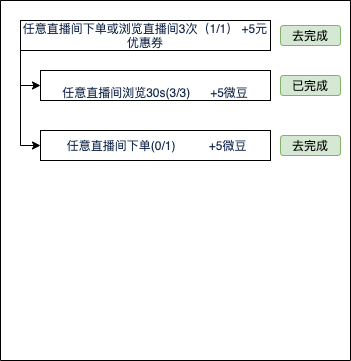
This is task10.png from LuiBu/my-pictures, a draw.io export, as it was before one commit. Source tidied: cells renumbered, new cells last; positions are measured from the earlier drawing's top-left corner, leaving out a move shared by most shapes.
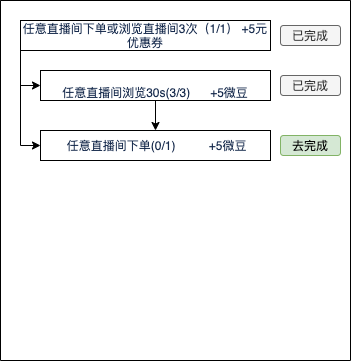
The same diagram one commit later.

Change to the diagram source:
```diff
@@ -14,16 +14,19 @@
     <mxCell id="5" value="&lt;span style=&quot;color: rgb(23 , 43 , 77) ; font-family: , , &amp;#34;segoe ui&amp;#34; , &amp;#34;roboto&amp;#34; , &amp;#34;oxygen&amp;#34; , &amp;#34;ubuntu&amp;#34; , &amp;#34;fira sans&amp;#34; , &amp;#34;droid sans&amp;#34; , &amp;#34;helvetica neue&amp;#34; , sans-serif ; text-align: left ; background-color: rgb(255 , 255 , 255)&quot;&gt;&lt;font style=&quot;font-size: 11px&quot;&gt;任意直播间下单或浏览直播间3次（1/1） +5元优惠券&lt;/font&gt;&lt;/span&gt;" style="rounded=0;whiteSpace=wrap;html=1;" parent="2" vertex="1">
       <mxGeometry x="20" y="20" width="250" height="30" as="geometry" />
     </mxCell>
+    <mxCell id="11" style="edgeStyle=orthogonalEdgeStyle;rounded=0;jettySize=auto;html=1;strokeColor=#000000;" parent="2" edge="1" source="6" target="7">
+      <mxGeometry relative="1" as="geometry" />
+    </mxCell>
     <mxCell id="6" value="&lt;div style=&quot;text-align: left ; font-size: 11px&quot;&gt;&lt;font color=&quot;#172b4d&quot; style=&quot;font-size: 11px&quot;&gt;&lt;span style=&quot;background-color: rgb(255 , 255 , 255) ; font-size: 11px&quot;&gt;&amp;nbsp;&lt;/span&gt;&lt;/font&gt;&lt;/div&gt;&lt;span style=&quot;color: rgb(23 , 43 , 77) ; text-align: left ; background-color: rgb(255 , 255 , 255) ; font-size: 11px&quot;&gt;&lt;font style=&quot;font-size: 11px&quot;&gt;任意直播间浏览30s&lt;/font&gt;&lt;/span&gt;&lt;span style=&quot;background-color: rgb(255 , 255 , 255) ; font-size: 11px ; color: rgb(23 , 43 , 77) ; text-align: left&quot;&gt;(3/3)&amp;nbsp; &amp;nbsp; &amp;nbsp; +5微豆&lt;/span&gt;&lt;span style=&quot;color: rgb(23 , 43 , 77) ; text-align: left ; background-color: rgb(255 , 255 , 255) ; font-size: 11px&quot;&gt;&lt;font style=&quot;font-size: 11px&quot;&gt;&lt;br&gt;&lt;/font&gt;&lt;/span&gt;" style="rounded=0;whiteSpace=wrap;html=1;" parent="2" vertex="1">
       <mxGeometry x="40" y="70" width="230" height="30" as="geometry" />
     </mxCell>
     <mxCell id="7" value="&lt;div style=&quot;text-align: left&quot;&gt;&lt;font color=&quot;#172b4d&quot; size=&quot;1&quot;&gt;&lt;span style=&quot;background-color: rgb(255 , 255 , 255)&quot;&gt;&amp;nbsp;任意直播间下单(0/1)&amp;nbsp; &amp;nbsp; &amp;nbsp; &amp;nbsp; &amp;nbsp; +5微豆&lt;/span&gt;&lt;/font&gt;&lt;/div&gt;" style="rounded=0;whiteSpace=wrap;html=1;" parent="2" vertex="1">
       <mxGeometry x="40" y="130" width="230" height="30" as="geometry" />
     </mxCell>
-    <mxCell id="8" value="去完成" style="rounded=1;whiteSpace=wrap;html=1;fillColor=#d5e8d4;strokeColor=#82b366;" parent="2" vertex="1">
+    <mxCell id="8" value="已完成" style="rounded=1;whiteSpace=wrap;html=1;fillColor=#f5f5f5;strokeColor=#666666;fontColor=#333333;" parent="2" vertex="1">
       <mxGeometry x="280" y="25" width="60" height="20" as="geometry" />
     </mxCell>
-    <mxCell id="9" value="已完成" style="rounded=1;whiteSpace=wrap;html=1;fillColor=#d5e8d4;strokeColor=#82b366;" parent="2" vertex="1">
+    <mxCell id="9" value="已完成" style="rounded=1;whiteSpace=wrap;html=1;fillColor=#f5f5f5;strokeColor=#666666;fontColor=#333333;" parent="2" vertex="1">
       <mxGeometry x="280" y="75" width="60" height="20" as="geometry" />
     </mxCell>
     <mxCell id="10" value="去完成" style="rounded=1;whiteSpace=wrap;html=1;fillColor=#d5e8d4;strokeColor=#82b366;" parent="2" vertex="1">
```
